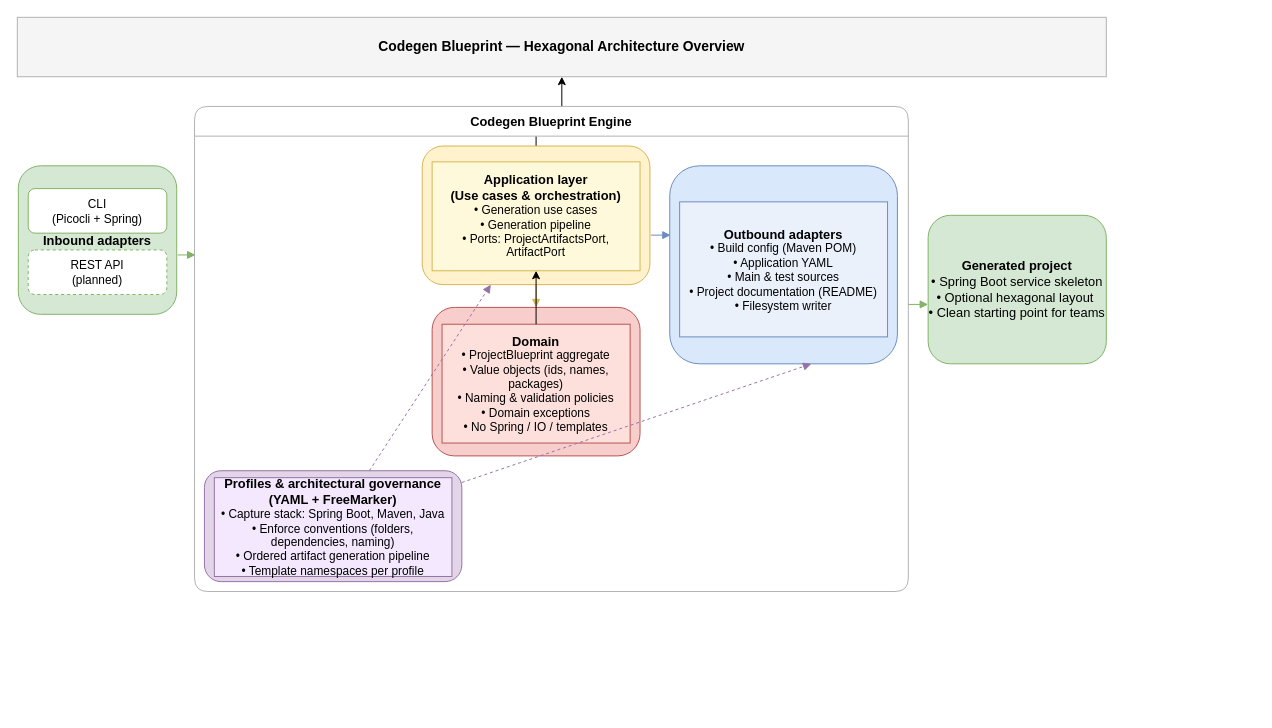
bsayli/codegen-blueprint keeps this draw.io diagram as docs/diagrams/architecture-overview.drawio. Above is the earlier version. Source tidied: cells renumbered, new cells numbered last; positions are measured from the earlier drawing's top-left corner, leaving out a move shared by most shapes. Both pictures are drawn from the tidied source at 99%, with x=0, y=0 at pixel (17, 17).
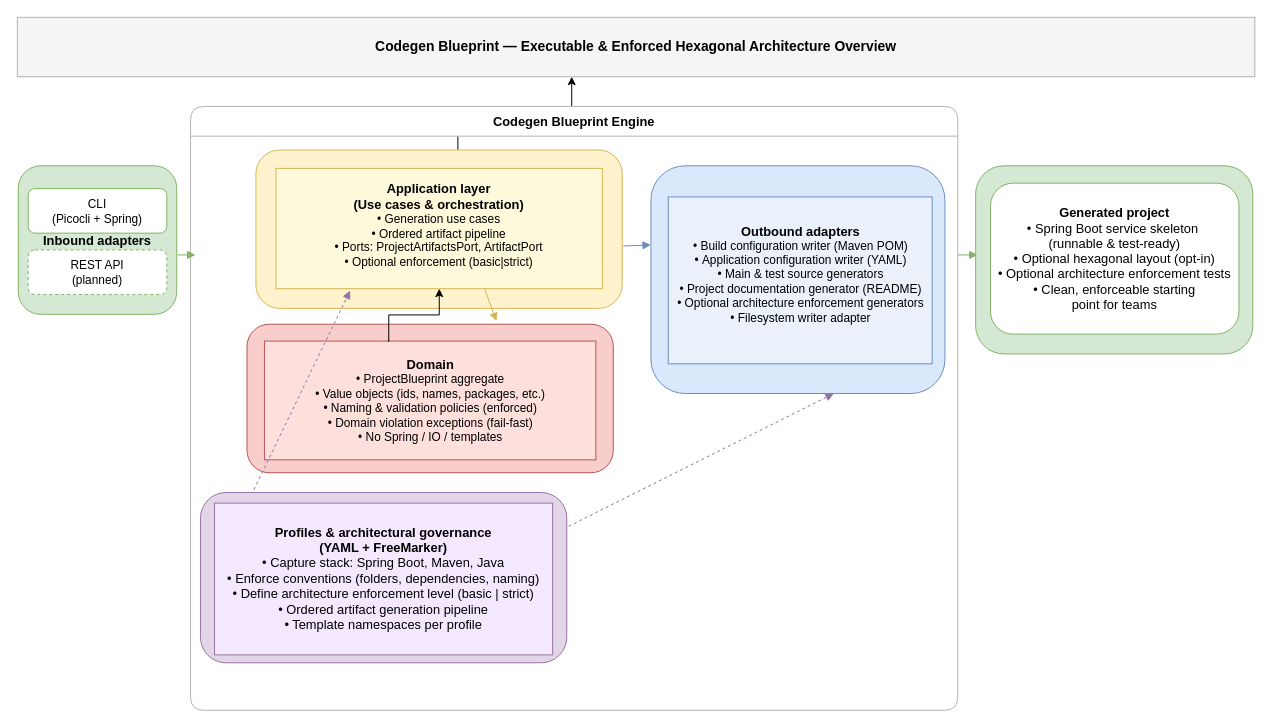
The same diagram, later.

Commit message (it also covers changes not shown here):
docs(architecture): update diagrams and visuals to reflect enforcement and governance

What changed in the source:
```diff
@@
     <mxCell id="2" style="edgeStyle=orthogonalEdgeStyle;rounded=0;jettySize=auto;html=1;" parent="1" edge="1" source="6" target="3">
-      <mxGeometry relative="1" as="geometry" />
+      <mxGeometry relative="1" as="geometry">
+        <Array as="points">
+          <mxPoint x="445" y="106" />
+          <mxPoint x="560" y="106" />
+        </Array>
+      </mxGeometry>
     </mxCell>
-    <mxCell id="3" value="Codegen Blueprint — Hexagonal Architecture Overview" style="rounded=0;whiteSpace=wrap;html=1;fillColor=#f5f5f5;strokeColor=#b3b3b3;fontStyle=1;fontSize=14;align=center;verticalAlign=middle;" parent="1" vertex="1">
-      <mxGeometry width="1100" height="60" as="geometry" />
+    <mxCell id="3" value="Codegen Blueprint — Executable &amp;amp; Enforced Hexagonal Architecture Overview" style="rounded=0;whiteSpace=wrap;html=1;fillColor=#f5f5f5;strokeColor=#b3b3b3;fontStyle=1;fontSize=14;align=center;verticalAlign=middle;" parent="1" vertex="1">
+      <mxGeometry width="1250" height="60" as="geometry" />
     </mxCell>
     <mxCell id="4" value="Codegen Blueprint Engine" style="swimlane;rounded=1;whiteSpace=wrap;html=1;horizontal=1;startSize=30;fillColor=#ffffff;strokeColor=#b3b3b3;fontSize=13;fontStyle=1;" parent="1" vertex="1">
-      <mxGeometry x="179" y="90" width="721" height="490" as="geometry" />
+      <mxGeometry x="175" y="90" width="775" height="610" as="geometry" />
     </mxCell>
     <mxCell id="5" style="rounded=1;whiteSpace=wrap;html=1;fillColor=#fff2cc;strokeColor=#d6b656;fontSize=13;fontStyle=1;" parent="4" vertex="1">
-      <mxGeometry x="230" y="40" width="230" height="140" as="geometry" />
+      <mxGeometry x="66" y="44" width="370" height="160" as="geometry" />
     </mxCell>
-    <mxCell id="6" value="&lt;span style=&quot;font-size: 13px; font-weight: 700;&quot;&gt;Application layer&lt;/span&gt;&lt;br style=&quot;font-size: 13px; font-weight: 700;&quot;&gt;&lt;span style=&quot;font-size: 13px; font-weight: 700;&quot;&gt;(Use cases &amp;amp; orchestration)&lt;/span&gt;&lt;div&gt;•&amp;nbsp;&lt;span style=&quot;background-color: transparent; color: light-dark(rgb(0, 0, 0), rgb(255, 255, 255));&quot;&gt;Generation use cases&lt;/span&gt;&lt;div&gt;• Generation pipeline&lt;br&gt;• Ports: ProjectArtifactsPort, ArtifactPort&lt;/div&gt;&lt;/div&gt;" style="rounded=0;whiteSpace=wrap;html=1;fillColor=#fff9db;strokeColor=#d6b656;fontSize=12;" parent="5" vertex="1">
-      <mxGeometry x="10" y="16" width="210" height="110" as="geometry" />
+    <mxCell id="6" value="&lt;div&gt;&lt;span style=&quot;font-size: 13px; font-weight: 700;&quot;&gt;&lt;br&gt;&lt;/span&gt;&lt;/div&gt;&lt;span style=&quot;font-size: 13px; font-weight: 700;&quot;&gt;&lt;div&gt;&lt;span style=&quot;font-size: 13px; font-weight: 700;&quot;&gt;&lt;br&gt;&lt;/span&gt;&lt;/div&gt;&lt;div&gt;&lt;span style=&quot;font-size: 13px; font-weight: 700;&quot;&gt;&lt;br&gt;&lt;/span&gt;&lt;/div&gt;&lt;div&gt;&lt;span style=&quot;font-size: 13px; font-weight: 700;&quot;&gt;&lt;br&gt;&lt;/span&gt;&lt;/div&gt;&lt;div&gt;&lt;span style=&quot;font-size: 13px; font-weight: 700;&quot;&gt;&lt;br&gt;&lt;/span&gt;&lt;/div&gt;&lt;div&gt;&lt;span style=&quot;font-size: 13px; font-weight: 700;&quot;&gt;&lt;br&gt;&lt;/span&gt;&lt;/div&gt;&lt;div&gt;&lt;span style=&quot;font-size: 13px; font-weight: 700;&quot;&gt;&lt;br&gt;&lt;/span&gt;&lt;/div&gt;Application layer&lt;/span&gt;&lt;br style=&quot;font-size: 13px; font-weight: 700;&quot;&gt;&lt;span style=&quot;font-size: 13px; font-weight: 700;&quot;&gt;(Use cases &amp;amp; orchestration)&lt;/span&gt;&lt;div&gt;•&amp;nbsp;&lt;span style=&quot;background-color: transparent; color: light-dark(rgb(0, 0, 0), rgb(255, 255, 255));&quot;&gt;Generation use cases&lt;/span&gt;&lt;/div&gt;&lt;div&gt;• Ordered artifact pipeline&lt;/div&gt;&lt;div&gt;&lt;div&gt;• Ports: ProjectArtifactsPort, ArtifactPort&lt;/div&gt;&lt;/div&gt;&lt;div&gt;• &lt;span style=&quot;background-color: transparent; color: light-dark(rgb(0, 0, 0), rgb(255, 255, 255));&quot;&gt;Optional enforcement (basic|strict)&lt;/span&gt;&lt;br&gt;&lt;/div&gt;&lt;br&gt;&lt;br&gt;&lt;br&gt;&lt;br&gt;&lt;br&gt;&lt;br&gt;&lt;br&gt;&lt;div&gt;&lt;br&gt;&lt;/div&gt;" style="rounded=0;whiteSpace=wrap;html=1;fillColor=#fff9db;strokeColor=#d6b656;fontSize=12;" parent="5" vertex="1">
+      <mxGeometry x="20.3" y="18.6" width="329.7" height="121.5" as="geometry" />
     </mxCell>
     <mxCell id="7" style="rounded=1;whiteSpace=wrap;html=1;fillColor=#f8cecc;strokeColor=#b85450;fontSize=13;fontStyle=1;" parent="4" vertex="1">
-      <mxGeometry x="240" y="203" width="210" height="150" as="geometry" />
+      <mxGeometry x="57" y="220" width="370" height="150" as="geometry" />
     </mxCell>
-    <mxCell id="8" value="&lt;span style=&quot;font-size: 13px; font-weight: 700;&quot;&gt;Domain&lt;/span&gt;&lt;div&gt;•&amp;nbsp;&lt;span style=&quot;background-color: transparent; color: light-dark(rgb(0, 0, 0), rgb(255, 255, 255));&quot;&gt;ProjectBlueprint aggregate&lt;/span&gt;&lt;div&gt;• Value objects (ids, names, packages)&lt;br&gt;• Naming &amp;amp; validation policies&lt;br&gt;• Domain exceptions&lt;br&gt;• No Spring / IO / templates&lt;/div&gt;&lt;/div&gt;" style="rounded=0;whiteSpace=wrap;html=1;fillColor=#fde0dc;strokeColor=#b85450;fontSize=12;" parent="7" vertex="1">
-      <mxGeometry x="10" y="17" width="190" height="120" as="geometry" />
+    <mxCell id="8" value="&lt;span style=&quot;font-size: 13px; font-weight: 700;&quot;&gt;Domain&lt;/span&gt;&lt;div&gt;• ProjectBlueprint aggregate&lt;/div&gt;&lt;div&gt;• Value objects (ids, names, packages, etc.&lt;span style=&quot;background-color: transparent; color: light-dark(rgb(0, 0, 0), rgb(255, 255, 255));&quot;&gt;)&lt;/span&gt;&lt;/div&gt;&lt;div&gt;• Naming &amp;amp; validation policies (enforced)&lt;/div&gt;&lt;div&gt;• Domain violation exceptions (fail-fast)&lt;/div&gt;&lt;div&gt;• No Spring / IO / templates&lt;/div&gt;" style="rounded=0;whiteSpace=wrap;html=1;fillColor=#fde0dc;strokeColor=#b85450;fontSize=12;" parent="7" vertex="1">
+      <mxGeometry x="17.6" y="17" width="334.8" height="120" as="geometry" />
     </mxCell>
     <mxCell id="9" style="rounded=1;whiteSpace=wrap;html=1;fillColor=#dae8fc;strokeColor=#6c8ebf;fontSize=13;fontStyle=1;" parent="4" vertex="1">
-      <mxGeometry x="480" y="60" width="230" height="200" as="geometry" />
+      <mxGeometry x="465" y="60" width="297" height="230" as="geometry" />
     </mxCell>
-    <mxCell id="10" value="&lt;span style=&quot;font-size: 13px; font-weight: 700;&quot;&gt;Outbound adapters&lt;/span&gt;&lt;div&gt;•&amp;nbsp;&lt;span style=&quot;background-color: transparent; color: light-dark(rgb(0, 0, 0), rgb(255, 255, 255));&quot;&gt;Build config (Maven POM)&lt;/span&gt;&lt;div&gt;• Application YAML&lt;br&gt;• Main &amp;amp; test sources&lt;br&gt;• Project documentation (README)&lt;br&gt;• Filesystem writer&lt;/div&gt;&lt;/div&gt;" style="rounded=0;whiteSpace=wrap;html=1;fillColor=#eaf1fb;strokeColor=#6c8ebf;fontSize=12;" parent="9" vertex="1">
-      <mxGeometry x="10" y="36.4" width="210" height="136.4" as="geometry" />
+    <mxCell id="10" value="&lt;div&gt;&lt;span style=&quot;font-size: 13px; font-weight: 700;&quot;&gt;&lt;br&gt;&lt;/span&gt;&lt;/div&gt;&lt;span style=&quot;font-size: 13px; font-weight: 700;&quot;&gt;&lt;div&gt;&lt;span style=&quot;font-size: 13px; font-weight: 700;&quot;&gt;&lt;br&gt;&lt;/span&gt;&lt;/div&gt;&lt;div&gt;&lt;span style=&quot;font-size: 13px; font-weight: 700;&quot;&gt;&lt;br&gt;&lt;/span&gt;&lt;/div&gt;&lt;div&gt;&lt;span style=&quot;font-size: 13px; font-weight: 700;&quot;&gt;&lt;br&gt;&lt;/span&gt;&lt;/div&gt;&lt;div&gt;&lt;span style=&quot;font-size: 13px; font-weight: 700;&quot;&gt;&lt;br&gt;&lt;/span&gt;&lt;/div&gt;&lt;div&gt;&lt;span style=&quot;font-size: 13px; font-weight: 700;&quot;&gt;&lt;br&gt;&lt;/span&gt;&lt;/div&gt;&lt;div&gt;&lt;span style=&quot;font-size: 13px; font-weight: 700;&quot;&gt;&lt;br&gt;&lt;/span&gt;&lt;/div&gt;&lt;div&gt;&lt;span style=&quot;font-size: 13px; font-weight: 700;&quot;&gt;&lt;br&gt;&lt;/span&gt;&lt;/div&gt;&lt;div&gt;&lt;span style=&quot;font-size: 13px; font-weight: 700;&quot;&gt;&lt;br&gt;&lt;/span&gt;&lt;/div&gt;&lt;div&gt;&lt;span style=&quot;font-size: 13px; font-weight: 700;&quot;&gt;&lt;br&gt;&lt;/span&gt;&lt;/div&gt;&lt;div&gt;&lt;span style=&quot;font-size: 13px; font-weight: 700;&quot;&gt;&lt;br&gt;&lt;/span&gt;&lt;/div&gt;&lt;div&gt;&lt;span style=&quot;font-size: 13px; font-weight: 700;&quot;&gt;&lt;br&gt;&lt;/span&gt;&lt;/div&gt;&lt;div&gt;&lt;span style=&quot;font-size: 13px; font-weight: 700;&quot;&gt;&lt;br&gt;&lt;/span&gt;&lt;/div&gt;Outbound adapters&lt;/span&gt;&lt;div&gt;•&amp;nbsp;&lt;span style=&quot;background-color: transparent; color: light-dark(rgb(0, 0, 0), rgb(255, 255, 255));&quot;&gt;Build configuration writer (Maven POM)&lt;/span&gt;&lt;div&gt;•&amp;nbsp;&lt;span style=&quot;background-color: transparent; color: light-dark(rgb(0, 0, 0), rgb(255, 255, 255));&quot;&gt;Application configuration writer (YAML)&lt;/span&gt;&lt;br&gt;•&amp;nbsp;&lt;span style=&quot;background-color: transparent; color: light-dark(rgb(0, 0, 0), rgb(255, 255, 255));&quot;&gt;Main &amp;amp; test source generators&lt;/span&gt;&lt;br&gt;• &lt;span style=&quot;background-color: transparent; color: light-dark(rgb(0, 0, 0), rgb(255, 255, 255));&quot;&gt;Project documentation generator (README)&lt;/span&gt;&lt;br&gt;•&amp;nbsp;&lt;span style=&quot;background-color: transparent; color: light-dark(rgb(0, 0, 0), rgb(255, 255, 255));&quot;&gt;Optional architecture enforcement generators&lt;/span&gt;&lt;/div&gt;&lt;div&gt;•&amp;nbsp;&lt;span style=&quot;background-color: transparent; color: light-dark(rgb(0, 0, 0), rgb(255, 255, 255));&quot;&gt;Filesystem writer adapter&lt;/span&gt;&lt;/div&gt;&lt;br&gt;&lt;br&gt;&lt;br&gt;&lt;br&gt;&lt;br&gt;&lt;br&gt;&lt;br&gt;&lt;br&gt;&lt;br&gt;&lt;br&gt;&lt;br&gt;&lt;br&gt;&lt;br&gt;&lt;br&gt;&lt;br&gt;&lt;/div&gt;" style="rounded=0;whiteSpace=wrap;html=1;fillColor=#eaf1fb;strokeColor=#6c8ebf;fontSize=12;" parent="9" vertex="1">
+      <mxGeometry x="17.5" y="31.4" width="266.6" height="168.6" as="geometry" />
     </mxCell>
     <mxCell id="11" style="rounded=1;whiteSpace=wrap;html=1;fillColor=#e1d5e7;strokeColor=#9673a6;fontSize=13;fontStyle=1;" parent="4" vertex="1">
-      <mxGeometry x="10" y="368" width="260" height="112" as="geometry" />
+      <mxGeometry x="10" y="390" width="370" height="172" as="geometry" />
     </mxCell>
-    <mxCell id="12" value="&lt;span style=&quot;font-size: 13px; font-weight: 700;&quot;&gt;Profiles &amp;amp; architectural governance&lt;/span&gt;&lt;br style=&quot;font-size: 13px; font-weight: 700;&quot;&gt;&lt;span style=&quot;font-size: 13px; font-weight: 700;&quot;&gt;(YAML + FreeMarker)&lt;/span&gt;&lt;div&gt;•&amp;nbsp;&lt;span style=&quot;background-color: transparent; color: light-dark(rgb(0, 0, 0), rgb(255, 255, 255));&quot;&gt;Capture stack: Spring Boot, Maven, Java&lt;/span&gt;&lt;div&gt;• Enforce conventions (folders, dependencies, naming)&lt;br&gt;• Ordered artifact generation pipeline&lt;br&gt;• Template namespaces per profile&lt;/div&gt;&lt;/div&gt;" style="rounded=0;whiteSpace=wrap;html=1;fillColor=#f3e8fd;strokeColor=#9673a6;fontSize=12;" parent="11" vertex="1">
-      <mxGeometry x="10" y="7" width="240" height="99.8" as="geometry" />
+    <mxCell id="12" value="&lt;div&gt;&lt;span style=&quot;font-size: 13px;&quot;&gt;&lt;b&gt;Profiles &amp;amp; architectural governance&lt;/b&gt;&lt;/span&gt;&lt;/div&gt;&lt;div&gt;&lt;span style=&quot;font-size: 13px;&quot;&gt;&lt;b&gt;(YAML + FreeMarker)&lt;/b&gt;&lt;/span&gt;&lt;/div&gt;&lt;div&gt;&lt;span style=&quot;font-size: 13px;&quot;&gt;• Capture stack: Spring Boot, Maven, Java&lt;/span&gt;&lt;/div&gt;&lt;div&gt;&lt;span style=&quot;font-size: 13px;&quot;&gt;• Enforce conventions (folders, dependencies, naming)&lt;/span&gt;&lt;/div&gt;&lt;div&gt;&lt;span style=&quot;font-size: 13px;&quot;&gt;• Define architecture enforcement level (basic | strict)&lt;/span&gt;&lt;/div&gt;&lt;div&gt;&lt;span style=&quot;font-size: 13px;&quot;&gt;• Ordered artifact generation pipeline&lt;/span&gt;&lt;/div&gt;&lt;div&gt;&lt;span style=&quot;font-size: 13px;&quot;&gt;• Template namespaces per profile&lt;/span&gt;&lt;/div&gt;" style="rounded=0;whiteSpace=wrap;html=1;fillColor=#f3e8fd;strokeColor=#9673a6;fontSize=12;" parent="11" vertex="1">
+      <mxGeometry x="14.2" y="10.7" width="341.5" height="153.3" as="geometry" />
     </mxCell>
-    <mxCell id="13" style="endArrow=block;html=1;rounded=0;strokeColor=#d6b656;" parent="4" edge="1" source="5" target="7">
+    <mxCell id="13" style="endArrow=block;html=1;rounded=0;strokeColor=#d6b656;entryX=0.681;entryY=-0.02;entryDx=0;entryDy=0;entryPerimeter=0;exitX=0.639;exitY=1;exitDx=0;exitDy=0;exitPerimeter=0;" parent="4" edge="1" source="6" target="7">
       <mxGeometry relative="1" as="geometry" />
     </mxCell>
-    <mxCell id="14" style="endArrow=block;html=1;rounded=0;strokeColor=#6c8ebf;" parent="4" edge="1">
+    <mxCell id="14" style="endArrow=block;html=1;rounded=0;strokeColor=#6c8ebf;exitX=1.003;exitY=0.606;exitDx=0;exitDy=0;exitPerimeter=0;" parent="4" edge="1" source="5">
       <mxGeometry relative="1" as="geometry">
-        <mxPoint x="461" y="130" as="sourcePoint" />
-        <mxPoint x="481" y="130" as="targetPoint" />
+        <mxPoint x="465" y="140" as="targetPoint" />
       </mxGeometry>
     </mxCell>
-    <mxCell id="15" style="endArrow=block;html=1;rounded=0;strokeColor=#9673a6;dashed=1;" parent="4" edge="1" source="11" target="5">
-      <mxGeometry relative="1" as="geometry" />
-    </mxCell>
-    <mxCell id="16" style="endArrow=block;html=1;rounded=0;strokeColor=#9673a6;dashed=1;entryX=0.622;entryY=1;entryDx=0;entryDy=0;entryPerimeter=0;" parent="4" edge="1" source="11" target="9">
+    <mxCell id="16" style="endArrow=block;html=1;rounded=0;strokeColor=#9673a6;dashed=1;entryX=0.622;entryY=1;entryDx=0;entryDy=0;entryPerimeter=0;exitX=1.005;exitY=0.198;exitDx=0;exitDy=0;exitPerimeter=0;" parent="4" edge="1" source="11" target="9">
       <mxGeometry relative="1" as="geometry" />
     </mxCell>
-    <mxCell id="17" style="edgeStyle=orthogonalEdgeStyle;rounded=0;jettySize=auto;html=1;" parent="4" edge="1" source="8" target="6">
+    <mxCell id="17" style="edgeStyle=orthogonalEdgeStyle;rounded=0;jettySize=auto;html=1;exitX=0.375;exitY=0.008;exitDx=0;exitDy=0;exitPerimeter=0;" parent="4" edge="1" source="8" target="6">
       <mxGeometry relative="1" as="geometry" />
     </mxCell>
+    <mxCell id="15" style="endArrow=block;html=1;rounded=0;strokeColor=#9673a6;dashed=1;entryX=0.227;entryY=1.016;entryDx=0;entryDy=0;entryPerimeter=0;exitX=0.146;exitY=-0.017;exitDx=0;exitDy=0;exitPerimeter=0;" parent="4" edge="1" source="11" target="6">
+      <mxGeometry relative="1" as="geometry" />
+    </mxCell>
@@
-    <mxCell id="21" value="&lt;span style=&quot;font-weight: 700;&quot;&gt;Generated project&lt;br&gt;&lt;/span&gt;&lt;div&gt;&lt;span style=&quot;background-color: transparent; color: light-dark(rgb(0, 0, 0), rgb(255, 255, 255));&quot;&gt;•&amp;nbsp;&lt;/span&gt;&lt;span style=&quot;background-color: transparent; color: light-dark(rgb(0, 0, 0), rgb(255, 255, 255));&quot;&gt;Spring Boot service skeleton&lt;/span&gt;&lt;div&gt;• Optional hexagonal layout&amp;nbsp;&lt;br&gt;• Clean starting point for teams&lt;/div&gt;&lt;/div&gt;" style="rounded=1;whiteSpace=wrap;html=1;fillColor=#d5e8d4;strokeColor=#82b366;fontSize=13;" parent="1" vertex="1">
-      <mxGeometry x="920" y="200" width="180" height="150" as="geometry" />
-    </mxCell>
@@
     <mxCell id="23" style="endArrow=block;html=1;rounded=0;strokeColor=#82b366;" parent="1" edge="1">
       <mxGeometry relative="1" as="geometry">
-        <mxPoint x="900" y="290" as="sourcePoint" />
-        <mxPoint x="920" y="290" as="targetPoint" />
+        <mxPoint x="950" y="240" as="sourcePoint" />
+        <mxPoint x="970" y="240" as="targetPoint" />
       </mxGeometry>
     </mxCell>
+    <mxCell id="21" style="rounded=1;whiteSpace=wrap;html=1;fillColor=#d5e8d4;strokeColor=#82b366;fontSize=13;" parent="1" vertex="1">
+      <mxGeometry x="968" y="150" width="280" height="190" as="geometry" />
+    </mxCell>
+    <mxCell id="24" value="&lt;span style=&quot;font-size: 13px; font-weight: 700;&quot;&gt;Generated project&lt;/span&gt;&lt;div style=&quot;font-size: 13px;&quot;&gt;&lt;span style=&quot;background-color: transparent; color: light-dark(rgb(0, 0, 0), rgb(255, 255, 255));&quot;&gt;•&amp;nbsp;&lt;/span&gt;&lt;span style=&quot;background-color: transparent; color: light-dark(rgb(0, 0, 0), rgb(255, 255, 255));&quot;&gt;Spring Boot service skeleton&amp;nbsp;&lt;/span&gt;&lt;/div&gt;&lt;div style=&quot;font-size: 13px;&quot;&gt;&lt;span style=&quot;background-color: transparent; color: light-dark(rgb(0, 0, 0), rgb(255, 255, 255));&quot;&gt;(runnable &amp;amp; test-ready)&lt;/span&gt;&lt;div&gt;• Optional hexagonal layout (opt-in)&lt;/div&gt;&lt;div&gt;•&amp;nbsp;&lt;span style=&quot;background-color: transparent; color: light-dark(rgb(0, 0, 0), rgb(255, 255, 255));&quot;&gt;Optional architecture enforcement tests&lt;/span&gt;&lt;br&gt;•&amp;nbsp;&lt;span style=&quot;background-color: transparent; color: light-dark(rgb(0, 0, 0), rgb(255, 255, 255));&quot;&gt;Clean, enforceable starting point&amp;nbsp;&lt;/span&gt;&lt;span style=&quot;background-color: transparent; color: light-dark(rgb(0, 0, 0), rgb(255, 255, 255));&quot; class=&quot;s1&quot;&gt;for&lt;/span&gt;&lt;span style=&quot;background-color: transparent; color: light-dark(rgb(0, 0, 0), rgb(255, 255, 255));&quot;&gt;&amp;nbsp;teams&lt;/span&gt;&lt;/div&gt;&lt;/div&gt;" style="rounded=1;whiteSpace=wrap;html=1;fillColor=#ffffff;strokeColor=#82b366;fontSize=12;" parent="1" vertex="1">
+      <mxGeometry x="983" y="167.5" width="251" height="152.5" as="geometry" />
+    </mxCell>
```
